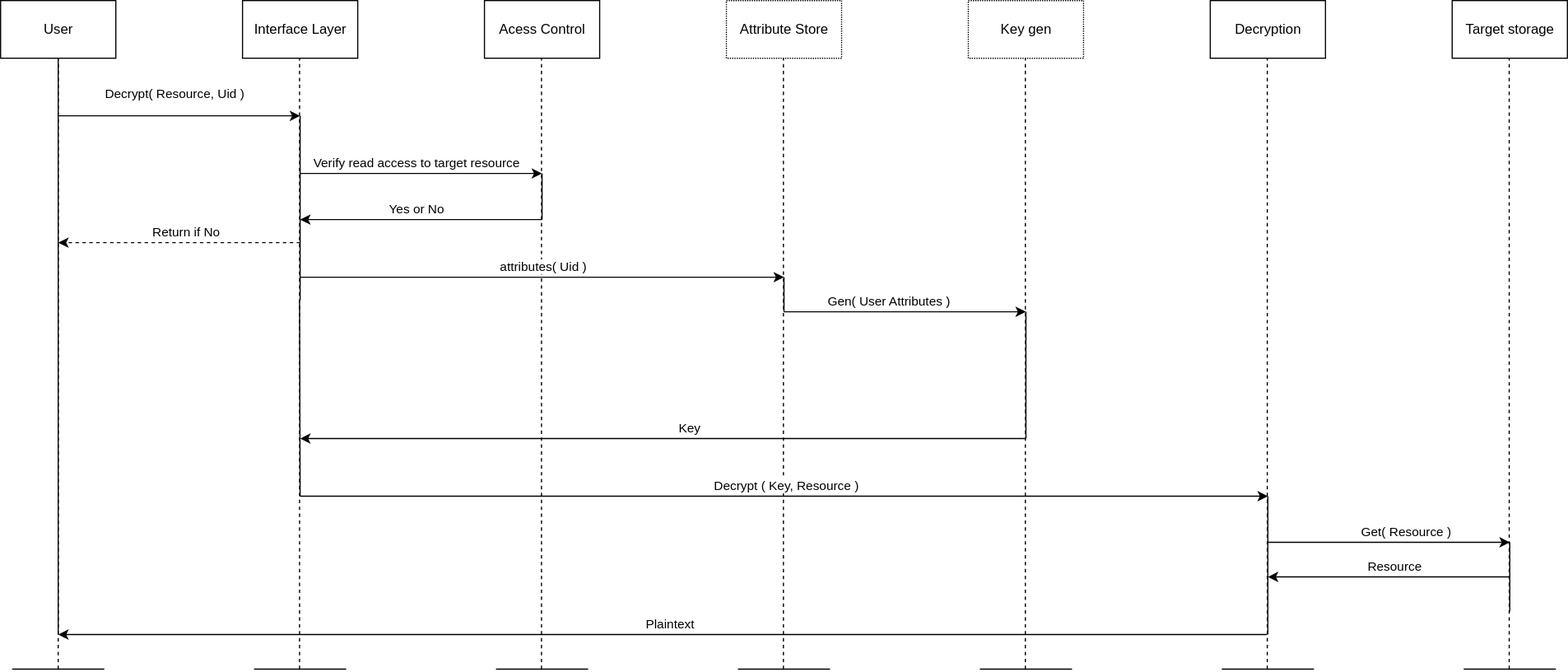
Above: docs/design/system/decryption_flow.drawio.svg in ivajon/NGAC_ABE (draw.io), before the change. Source tidied: cells renumbered, new cells last; positions are measured from the earlier drawing's top-left corner, leaving out a move shared by most shapes.
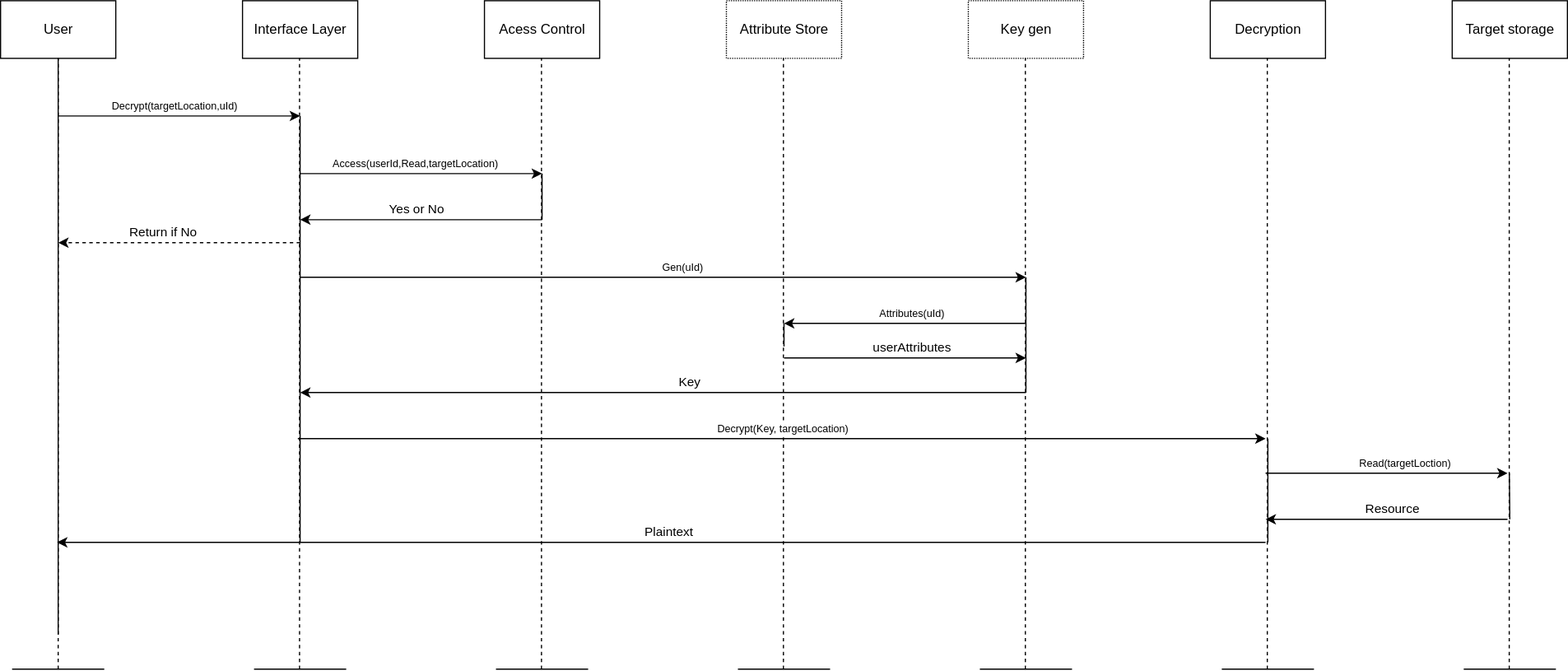
After the commit.

Diff of the diagram source:
```diff
@@ -79,9 +79,9 @@
         <mxPoint x="260" y="100" as="targetPoint" />
       </mxGeometry>
     </mxCell>
-    <mxCell id="15" value="Decrypt( Resource, Uid )&amp;nbsp;" style="edgeLabel;html=1;align=center;verticalAlign=middle;" parent="14" vertex="1">
+    <mxCell id="15" value="&lt;font style=&quot;font-size: 9px&quot;&gt;Decrypt(targetLocation,uId)&lt;/font&gt;" style="edgeLabel;html=1;align=center;verticalAlign=middle;" parent="14" vertex="1">
       <mxGeometry x="-0.14" y="-4" relative="1" as="geometry">
-        <mxPoint x="9" y="-24" as="offset" />
+        <mxPoint x="9" y="-14" as="offset" />
       </mxGeometry>
     </mxCell>
     <mxCell id="16" style="endArrow=none;html=1;" parent="1" edge="1">
@@ -120,11 +120,11 @@
         <mxPoint x="470" y="150" as="targetPoint" />
       </mxGeometry>
     </mxCell>
-    <mxCell id="22" value="Verify read access to target resource" style="edgeLabel;html=1;align=center;verticalAlign=middle;" parent="21" vertex="1">
-      <mxGeometry x="-0.14" y="-4" relative="1" as="geometry">
-        <mxPoint x="9" y="-14" as="offset" />
-      </mxGeometry>
-    </mxCell>
+    <mxCell id="53" value="(Uid,&quot;R&quot;,Rid)" style="edgeLabel;html=1;align=center;verticalAlign=middle;" parent="21" vertex="1">
+      <mxGeometry x="0.25" y="-1" relative="1" as="geometry">
+        <mxPoint x="-21" y="-11" as="offset" />
+      </mxGeometry>
+    </mxCell>
     <mxCell id="23" style="endArrow=none;html=1;" parent="1" edge="1">
       <mxGeometry relative="1" as="geometry">
         <mxPoint x="470" y="190" as="sourcePoint" />
@@ -144,20 +144,20 @@
     </mxCell>
     <mxCell id="26" style="endArrow=none;html=1;" parent="1" edge="1">
       <mxGeometry relative="1" as="geometry">
-        <mxPoint x="1100" y="430" as="sourcePoint" />
-        <mxPoint x="1100" y="550" as="targetPoint" />
+        <mxPoint x="1100" y="380" as="sourcePoint" />
+        <mxPoint x="1100" y="470" as="targetPoint" />
       </mxGeometry>
     </mxCell>
     <mxCell id="27" style="endArrow=none;html=1;" parent="1" edge="1">
       <mxGeometry relative="1" as="geometry">
-        <mxPoint x="1310" y="530" as="sourcePoint" />
-        <mxPoint x="1310" y="470" as="targetPoint" />
+        <mxPoint x="1310" y="450" as="sourcePoint" />
+        <mxPoint x="1309.6" y="410" as="targetPoint" />
       </mxGeometry>
     </mxCell>
     <mxCell id="28" style="endArrow=none;html=1;" parent="1" edge="1">
       <mxGeometry relative="1" as="geometry">
-        <mxPoint x="260" y="430" as="sourcePoint" />
-        <mxPoint x="259.5" y="260" as="targetPoint" />
+        <mxPoint x="260" y="470" as="sourcePoint" />
+        <mxPoint x="260" y="260" as="targetPoint" />
       </mxGeometry>
     </mxCell>
     <mxCell id="29" value="Attribute Store" style="html=1;dashed=1;whitespace=wrap;dashPattern=1 1;" parent="1" vertex="1">
@@ -181,26 +181,14 @@
     <mxCell id="32" style="endArrow=classic;html=1;" parent="1" edge="1">
       <mxGeometry relative="1" as="geometry">
         <mxPoint x="260" y="240" as="sourcePoint" />
-        <mxPoint x="680" y="240" as="targetPoint" />
+        <mxPoint x="890" y="240" as="targetPoint" />
       </mxGeometry>
     </mxCell>
-    <mxCell id="33" value="attributes( Uid )" style="edgeLabel;html=1;align=center;verticalAlign=middle;" parent="32" vertex="1">
+    <mxCell id="33" value="&lt;font style=&quot;font-size: 9px&quot;&gt;Gen(uId)&lt;/font&gt;" style="edgeLabel;html=1;align=center;verticalAlign=middle;" parent="32" vertex="1">
       <mxGeometry x="0.33" y="-1" relative="1" as="geometry">
-        <mxPoint x="-68" y="-11" as="offset" />
+        <mxPoint x="-87" y="-11" as="offset" />
       </mxGeometry>
     </mxCell>
-    <mxCell id="34" style="endArrow=classic;html=1;" parent="1" edge="1">
-      <mxGeometry relative="1" as="geometry">
-        <mxPoint x="680" y="270" as="sourcePoint" />
-        <mxPoint x="890" y="270" as="targetPoint" />
-      </mxGeometry>
-    </mxCell>
-    <mxCell id="35" style="endArrow=none;html=1;" parent="1" edge="1">
-      <mxGeometry relative="1" as="geometry">
-        <mxPoint x="680" y="270" as="sourcePoint" />
-        <mxPoint x="680" y="240" as="targetPoint" />
-      </mxGeometry>
-    </mxCell>
     <mxCell id="36" value="Key gen" style="html=1;dashed=1;whitespace=wrap;dashPattern=1 1;" parent="1" vertex="1">
       <mxGeometry x="840" width="100" height="50" as="geometry" />
     </mxCell>
@@ -219,16 +207,10 @@
         <mxPoint x="889.5" y="50" as="targetPoint" />
       </mxGeometry>
     </mxCell>
-    <mxCell id="39" style="endArrow=none;html=1;" parent="1" edge="1">
-      <mxGeometry relative="1" as="geometry">
-        <mxPoint x="890" y="380" as="sourcePoint" />
-        <mxPoint x="890" y="270" as="targetPoint" />
-      </mxGeometry>
-    </mxCell>
     <mxCell id="40" style="endArrow=classic;html=1;" parent="1" edge="1">
       <mxGeometry relative="1" as="geometry">
-        <mxPoint x="890" y="380" as="sourcePoint" />
-        <mxPoint x="260" y="380" as="targetPoint" />
+        <mxPoint x="890" y="340" as="sourcePoint" />
+        <mxPoint x="260" y="340" as="targetPoint" />
       </mxGeometry>
     </mxCell>
     <mxCell id="41" value="Key" style="edgeLabel;html=1;align=center;verticalAlign=middle;" parent="40" vertex="1">
@@ -236,16 +218,13 @@
         <mxPoint x="-42" y="-9" as="offset" />
       </mxGeometry>
     </mxCell>
-    <mxCell id="42" value="Gen( User Attributes )" style="edgeLabel;html=1;align=center;verticalAlign=middle;" parent="1" vertex="1">
-      <mxGeometry x="770" y="260" as="geometry" />
-    </mxCell>
     <mxCell id="43" style="endArrow=classic;html=1;" parent="1" edge="1">
       <mxGeometry relative="1" as="geometry">
-        <mxPoint x="260" y="430" as="sourcePoint" />
-        <mxPoint x="1100" y="430" as="targetPoint" />
+        <mxPoint x="258" y="380" as="sourcePoint" />
+        <mxPoint x="1098" y="380" as="targetPoint" />
       </mxGeometry>
     </mxCell>
-    <mxCell id="44" value="Decrypt ( Key, Resource )" style="edgeLabel;html=1;align=center;verticalAlign=middle;" parent="43" vertex="1">
+    <mxCell id="44" value="&lt;font style=&quot;font-size: 9px&quot;&gt;Decrypt(Key, targetLocation)&lt;/font&gt;" style="edgeLabel;html=1;align=center;verticalAlign=middle;" parent="43" vertex="1">
       <mxGeometry x="-0.24" y="-2" relative="1" as="geometry">
         <mxPoint x="99" y="-12" as="offset" />
       </mxGeometry>
@@ -258,24 +237,24 @@
     </mxCell>
     <mxCell id="46" value="Return if No" style="edgeLabel;html=1;align=center;verticalAlign=middle;" parent="45" vertex="1">
       <mxGeometry x="-0.16" relative="1" as="geometry">
-        <mxPoint x="-11" y="-10" as="offset" />
+        <mxPoint x="-32" y="-10" as="offset" />
       </mxGeometry>
     </mxCell>
     <mxCell id="47" style="endArrow=classic;html=1;" parent="1" edge="1">
       <mxGeometry relative="1" as="geometry">
-        <mxPoint x="1100" y="470" as="sourcePoint" />
-        <mxPoint x="1310" y="470" as="targetPoint" />
+        <mxPoint x="1098" y="410" as="sourcePoint" />
+        <mxPoint x="1308" y="410" as="targetPoint" />
       </mxGeometry>
     </mxCell>
-    <mxCell id="48" value="Get( Resource )" style="edgeLabel;html=1;align=center;verticalAlign=middle;" parent="47" vertex="1">
+    <mxCell id="48" value="&lt;font style=&quot;font-size: 9px&quot;&gt;Read(targetLoction)&lt;/font&gt;" style="edgeLabel;html=1;align=center;verticalAlign=middle;" parent="47" vertex="1">
       <mxGeometry x="0.22" y="2" relative="1" as="geometry">
         <mxPoint x="-8" y="-8" as="offset" />
       </mxGeometry>
     </mxCell>
     <mxCell id="49" style="endArrow=classic;html=1;" parent="1" edge="1">
       <mxGeometry relative="1" as="geometry">
-        <mxPoint x="1310" y="500" as="sourcePoint" />
-        <mxPoint x="1100" y="500" as="targetPoint" />
+        <mxPoint x="1308" y="450" as="sourcePoint" />
+        <mxPoint x="1098" y="450" as="targetPoint" />
       </mxGeometry>
     </mxCell>
     <mxCell id="50" value="Resource" style="edgeLabel;html=1;align=center;verticalAlign=middle;" parent="49" vertex="1">
@@ -285,8 +264,8 @@
     </mxCell>
     <mxCell id="51" style="endArrow=classic;html=1;" parent="1" edge="1">
       <mxGeometry relative="1" as="geometry">
-        <mxPoint x="1099" y="550" as="sourcePoint" />
-        <mxPoint x="50" y="550" as="targetPoint" />
+        <mxPoint x="1098" y="470" as="sourcePoint" />
+        <mxPoint x="49" y="470" as="targetPoint" />
       </mxGeometry>
     </mxCell>
     <mxCell id="52" value="Plaintext" style="edgeLabel;html=1;align=center;verticalAlign=middle;" parent="51" vertex="1">
@@ -294,5 +273,42 @@
         <mxPoint x="-101" y="-9" as="offset" />
       </mxGeometry>
     </mxCell>
+    <mxCell id="54" value="&lt;font style=&quot;font-size: 9px&quot;&gt;Access(userId,Read,targetLocation)&lt;/font&gt;" style="edgeLabel;html=1;align=center;verticalAlign=middle;" parent="1" vertex="1">
+      <mxGeometry x="359.8" y="140" as="geometry" />
+    </mxCell>
+    <mxCell id="55" style="endArrow=classic;html=1;" parent="1" edge="1">
+      <mxGeometry relative="1" as="geometry">
+        <mxPoint x="890" y="280" as="sourcePoint" />
+        <mxPoint x="680" y="280" as="targetPoint" />
+      </mxGeometry>
+    </mxCell>
+    <mxCell id="56" value="&lt;font style=&quot;font-size: 9px&quot;&gt;Attributes(uId)&lt;/font&gt;" style="edgeLabel;html=1;align=center;verticalAlign=middle;" parent="55" vertex="1">
+      <mxGeometry x="-0.21" y="2" relative="1" as="geometry">
+        <mxPoint x="-17" y="-12" as="offset" />
+      </mxGeometry>
+    </mxCell>
+    <mxCell id="57" style="endArrow=classic;html=1;" parent="1" edge="1">
+      <mxGeometry relative="1" as="geometry">
+        <mxPoint x="680" y="310" as="sourcePoint" />
+        <mxPoint x="890" y="310" as="targetPoint" />
+      </mxGeometry>
+    </mxCell>
+    <mxCell id="58" value="userAttributes" style="edgeLabel;html=1;align=center;verticalAlign=middle;" parent="57" vertex="1">
+      <mxGeometry x="0.33" y="-1" relative="1" as="geometry">
+        <mxPoint x="-29" y="-11" as="offset" />
+      </mxGeometry>
+    </mxCell>
+    <mxCell id="59" style="endArrow=none;html=1;fontSize=9;" parent="1" edge="1">
+      <mxGeometry relative="1" as="geometry">
+        <mxPoint x="890" y="340" as="sourcePoint" />
+        <mxPoint x="890" y="240" as="targetPoint" />
+      </mxGeometry>
+    </mxCell>
+    <mxCell id="60" style="endArrow=none;html=1;fontSize=9;" parent="1" edge="1">
+      <mxGeometry relative="1" as="geometry">
+        <mxPoint x="680" y="300" as="sourcePoint" />
+        <mxPoint x="680" y="280" as="targetPoint" />
+      </mxGeometry>
+    </mxCell>
   </root>
 </mxGraphModel>
```
